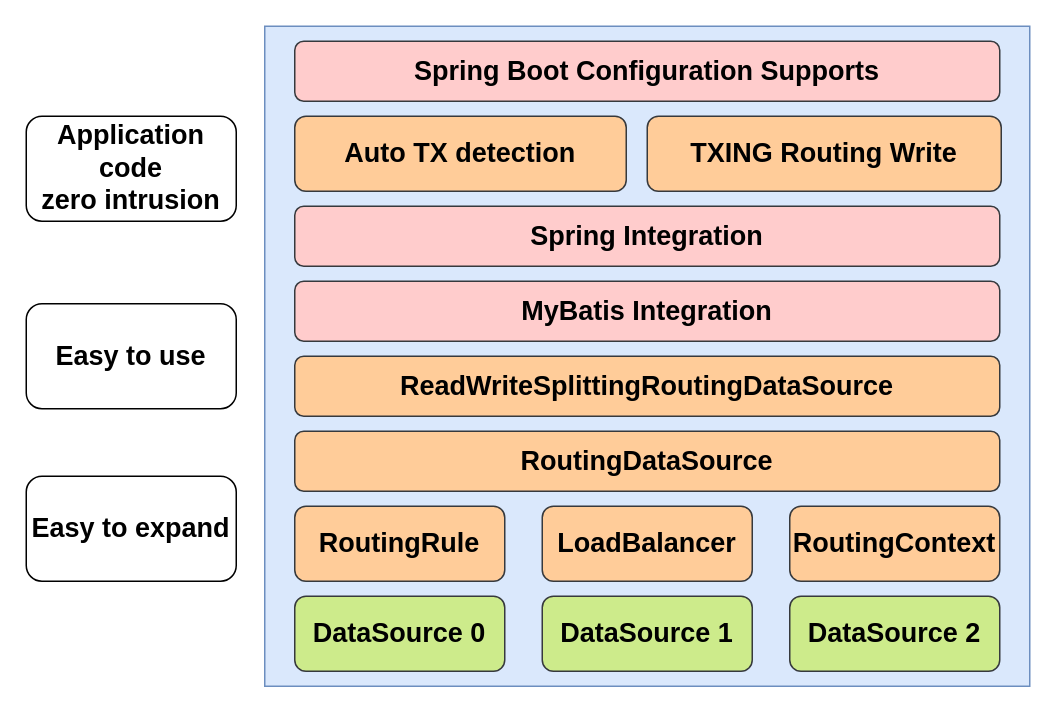
Above: DevX/DevX-RoutingDataSource.drawio in GitHeP/diagrams (draw.io), before the change. Source tidied: cells renumbered, new cells numbered last; positions are measured from the earlier drawing's top-left corner, leaving out a move shared by most shapes. Both pictures are drawn from the tidied source at 150%, with x=0, y=0 at pixel (26, 26).
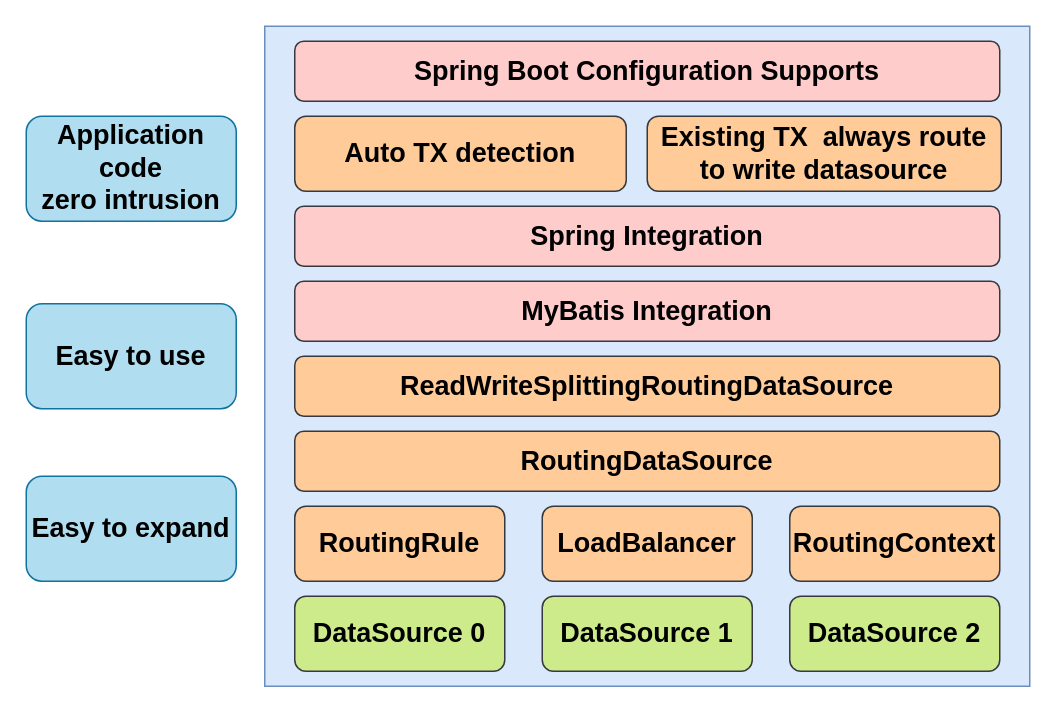
After the change.

Change to the diagram source:
```diff
@@
 <mxGraphModel>
   <root>
     <mxCell id="0" />
     <mxCell id="1" parent="0" />
     <mxCell id="2" style="rounded=0;whiteSpace=wrap;html=1;fillColor=#dae8fc;strokeColor=#6c8ebf;" parent="1" vertex="1">
       <mxGeometry x="159" width="510" height="440" as="geometry" />
     </mxCell>
     <mxCell id="3" value="&lt;font style=&quot;font-size: 18px;&quot;&gt;&lt;b&gt;DataSource 0&lt;/b&gt;&lt;/font&gt;" style="rounded=1;whiteSpace=wrap;html=1;fillColor=#cdeb8b;strokeColor=#36393d;" parent="1" vertex="1">
       <mxGeometry x="179" y="380" width="140" height="50" as="geometry" />
     </mxCell>
     <mxCell id="4" value="&lt;font style=&quot;font-size: 18px;&quot;&gt;&lt;b&gt;DataSource 1&lt;/b&gt;&lt;/font&gt;" style="rounded=1;whiteSpace=wrap;html=1;fillColor=#cdeb8b;strokeColor=#36393d;" parent="1" vertex="1">
       <mxGeometry x="344" y="380" width="140" height="50" as="geometry" />
     </mxCell>
     <mxCell id="5" value="&lt;font style=&quot;font-size: 18px;&quot;&gt;&lt;b&gt;DataSource 2&lt;/b&gt;&lt;/font&gt;" style="rounded=1;whiteSpace=wrap;html=1;fillColor=#cdeb8b;strokeColor=#36393d;" parent="1" vertex="1">
       <mxGeometry x="509" y="380" width="140" height="50" as="geometry" />
     </mxCell>
     <mxCell id="6" value="&lt;font style=&quot;font-size: 18px;&quot;&gt;&lt;b&gt;RoutingDataSource&lt;/b&gt;&lt;/font&gt;" style="rounded=1;whiteSpace=wrap;html=1;fillColor=#ffcc99;strokeColor=#36393d;" parent="1" vertex="1">
       <mxGeometry x="179" y="270" width="470" height="40" as="geometry" />
     </mxCell>
     <mxCell id="7" value="&lt;b&gt;&lt;font style=&quot;font-size: 18px;&quot;&gt;RoutingRule&lt;/font&gt;&lt;/b&gt;" style="rounded=1;whiteSpace=wrap;html=1;fillColor=#ffcc99;strokeColor=#36393d;" parent="1" vertex="1">
       <mxGeometry x="179" y="320" width="140" height="50" as="geometry" />
     </mxCell>
     <mxCell id="8" value="&lt;b&gt;&lt;font style=&quot;font-size: 18px;&quot;&gt;LoadBalancer&lt;/font&gt;&lt;/b&gt;" style="rounded=1;whiteSpace=wrap;html=1;fillColor=#ffcc99;strokeColor=#36393d;" parent="1" vertex="1">
       <mxGeometry x="344" y="320" width="140" height="50" as="geometry" />
     </mxCell>
     <mxCell id="9" value="&lt;b&gt;&lt;font style=&quot;font-size: 18px;&quot;&gt;RoutingContext&lt;/font&gt;&lt;/b&gt;" style="rounded=1;whiteSpace=wrap;html=1;fillColor=#ffcc99;strokeColor=#36393d;" parent="1" vertex="1">
       <mxGeometry x="509" y="320" width="140" height="50" as="geometry" />
     </mxCell>
     <mxCell id="10" value="&lt;font style=&quot;font-size: 18px;&quot;&gt;&lt;b&gt;MyBatis Integration&lt;/b&gt;&lt;/font&gt;" style="rounded=1;whiteSpace=wrap;html=1;fillColor=#ffcccc;strokeColor=#36393d;" parent="1" vertex="1">
       <mxGeometry x="179" y="170" width="470" height="40" as="geometry" />
     </mxCell>
     <mxCell id="11" value="&lt;font style=&quot;font-size: 18px;&quot;&gt;&lt;b&gt;Spring Integration&lt;/b&gt;&lt;/font&gt;" style="rounded=1;whiteSpace=wrap;html=1;fillColor=#ffcccc;strokeColor=#36393d;" parent="1" vertex="1">
       <mxGeometry x="179" y="120" width="470" height="40" as="geometry" />
     </mxCell>
     <mxCell id="12" value="&lt;font style=&quot;font-size: 18px;&quot;&gt;&lt;b&gt;Spring Boot Configuration Supports&lt;/b&gt;&lt;/font&gt;" style="rounded=1;whiteSpace=wrap;html=1;fillColor=#ffcccc;strokeColor=#36393d;" parent="1" vertex="1">
       <mxGeometry x="179" y="10" width="470" height="40" as="geometry" />
     </mxCell>
     <mxCell id="13" value="&lt;b&gt;&lt;font style=&quot;font-size: 18px;&quot;&gt;ReadWriteSplittingRoutingDataSource&lt;/font&gt;&lt;/b&gt;" style="rounded=1;whiteSpace=wrap;html=1;fillColor=#ffcc99;strokeColor=#36393d;" parent="1" vertex="1">
       <mxGeometry x="179" y="220" width="470" height="40" as="geometry" />
     </mxCell>
-    <mxCell id="14" value="&lt;font style=&quot;font-size: 18px;&quot;&gt;&lt;b&gt;Application code &lt;br&gt;zero intrusion&lt;/b&gt;&lt;/font&gt;" style="rounded=1;whiteSpace=wrap;html=1;" parent="1" vertex="1">
+    <mxCell id="14" value="&lt;font style=&quot;font-size: 18px;&quot;&gt;&lt;b&gt;Application code &lt;br&gt;zero intrusion&lt;/b&gt;&lt;/font&gt;" style="rounded=1;whiteSpace=wrap;html=1;fillColor=#b1ddf0;strokeColor=#10739e;" parent="1" vertex="1">
       <mxGeometry y="60" width="140" height="70" as="geometry" />
     </mxCell>
-    <mxCell id="15" value="&lt;font style=&quot;font-size: 18px;&quot;&gt;&lt;b&gt;Easy to use&lt;/b&gt;&lt;/font&gt;" style="rounded=1;whiteSpace=wrap;html=1;" parent="1" vertex="1">
+    <mxCell id="15" value="&lt;font style=&quot;font-size: 18px;&quot;&gt;&lt;b&gt;Easy to use&lt;/b&gt;&lt;/font&gt;" style="rounded=1;whiteSpace=wrap;html=1;fillColor=#b1ddf0;strokeColor=#10739e;" parent="1" vertex="1">
       <mxGeometry y="185" width="140" height="70" as="geometry" />
     </mxCell>
-    <mxCell id="16" value="&lt;b&gt;&lt;font style=&quot;font-size: 18px;&quot;&gt;Easy to expand&lt;/font&gt;&lt;/b&gt;" style="rounded=1;whiteSpace=wrap;html=1;" parent="1" vertex="1">
+    <mxCell id="16" value="&lt;b&gt;&lt;font style=&quot;font-size: 18px;&quot;&gt;Easy to expand&lt;/font&gt;&lt;/b&gt;" style="rounded=1;whiteSpace=wrap;html=1;fillColor=#b1ddf0;strokeColor=#10739e;" parent="1" vertex="1">
       <mxGeometry y="300" width="140" height="70" as="geometry" />
     </mxCell>
     <mxCell id="17" value="&lt;b&gt;&lt;font style=&quot;font-size: 18px;&quot;&gt;Auto TX detection&lt;/font&gt;&lt;/b&gt;" style="rounded=1;whiteSpace=wrap;html=1;fillColor=#ffcc99;strokeColor=#36393d;" parent="1" vertex="1">
       <mxGeometry x="179" y="60" width="221" height="50" as="geometry" />
     </mxCell>
-    <mxCell id="18" value="&lt;b&gt;&lt;font style=&quot;font-size: 18px;&quot;&gt;TXING Routing Write&lt;/font&gt;&lt;/b&gt;" style="rounded=1;whiteSpace=wrap;html=1;fillColor=#ffcc99;strokeColor=#36393d;" parent="1" vertex="1">
+    <mxCell id="18" value="&lt;font style=&quot;font-size: 18px;&quot;&gt;&lt;b&gt;Existing TX&amp;nbsp;&amp;nbsp;&lt;/b&gt;&lt;/font&gt;&lt;b&gt;&lt;font style=&quot;font-size: 18px;&quot;&gt;always route to write datasource&lt;/font&gt;&lt;/b&gt;" style="rounded=1;whiteSpace=wrap;html=1;fillColor=#ffcc99;strokeColor=#36393d;" parent="1" vertex="1">
       <mxGeometry x="414" y="60" width="236" height="50" as="geometry" />
     </mxCell>
   </root>
 </mxGraphModel>
```
